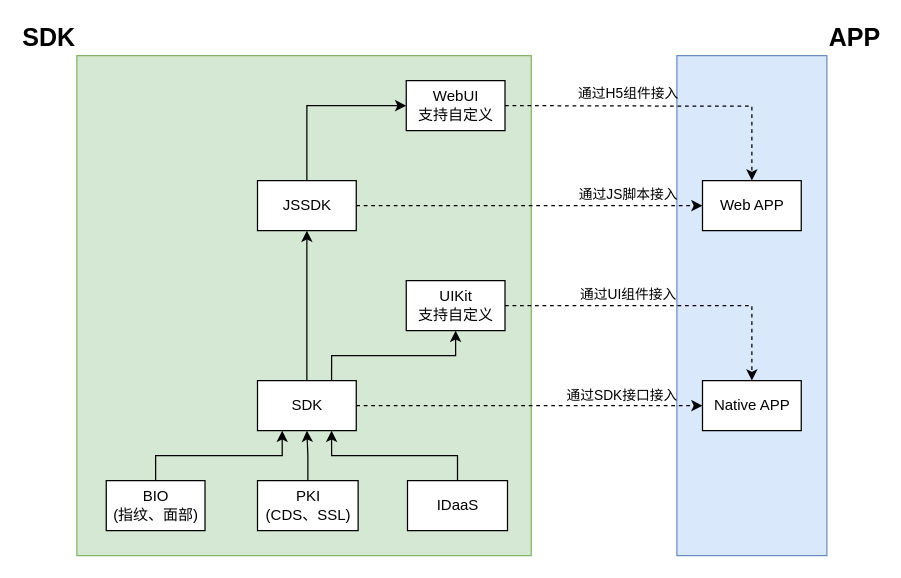
mobof/Koal keeps this draw.io diagram as 认证SDK结构图.drawio. Above is the earlier version. Source tidied: cells renumbered, new cells numbered last; positions are measured from the earlier drawing's top-left corner, leaving out a move shared by most shapes. Both pictures are drawn from the tidied source at 125%, with x=0, y=0 at pixel (76, 55).
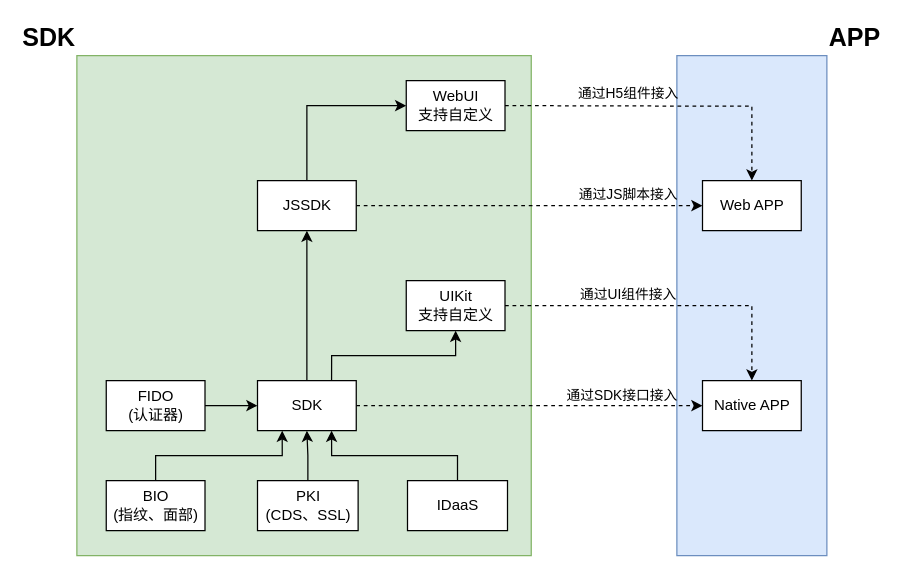
The same diagram, later.

Commit message:
Update 认证SDK结构图.drawio

The change refers to these unchanged cells:
```xml
<mxCell id="14" value="SDK" style="rounded=0;whiteSpace=wrap;html=1;" parent="1" vertex="1">
  <mxGeometry x="144.5" y="260" width="79" height="40" as="geometry" />
</mxCell>
```

The edit, as a diff of the source:
```diff
@@
+    <mxCell id="26" style="edgeStyle=orthogonalEdgeStyle;rounded=0;jettySize=auto;html=1;entryX=0;entryY=0.5;entryDx=0;entryDy=0;" parent="1" edge="1" source="27" target="14">
+      <mxGeometry relative="1" as="geometry" />
+    </mxCell>
+    <mxCell id="27" value="FIDO&lt;br&gt;(认证器)" style="rounded=0;whiteSpace=wrap;html=1;" parent="1" vertex="1">
+      <mxGeometry x="23.5" y="260" width="79" height="40" as="geometry" />
+    </mxCell>
```
